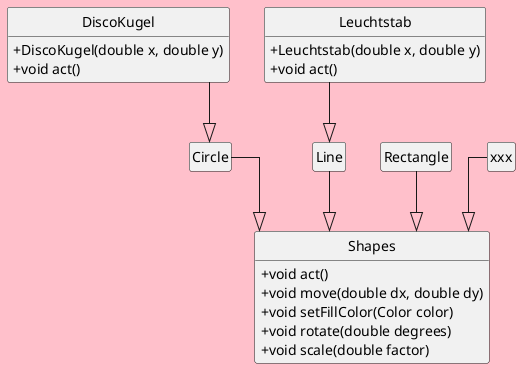
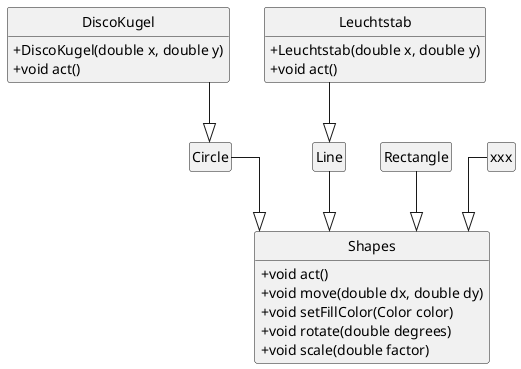

@startuml

hide circle
hide empty members
skinparam {
    classAttributeIconSize 0
    packageStyle rectangle
    linetype ortho
  ' Pink background just to have easy detection if transparency works.
-   backgroundColor #pink
+   backgroundColor #none
  StateBackgroundColor transparent
}






skinparam classAttributeIconSize 0
hide circle
hide empty methods

DiscoKugel --|> Circle
Leuchtstab --|> Line
Circle --|> Shapes
Line --|> Shapes
Rectangle --|> Shapes
xxx --|> Shapes


class Leuchtstab {
    + Leuchtstab(double x, double y)
    + void act()
}

class DiscoKugel {
    + DiscoKugel(double x, double y)
    + void act()
}

class Shapes {
    + void act()
    + void move(double dx, double dy)
    + void setFillColor(Color color)
    + void rotate(double degrees)
    + void scale(double factor)
}
@enduml